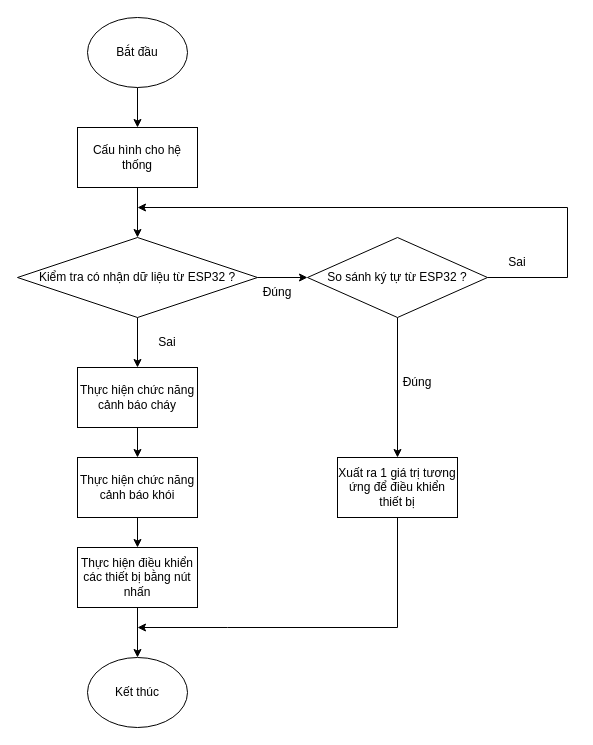
Before: block_diagram/Chuong_trinh_arduino.drawio in imvietp/Final_Thesis, a draw.io diagram. Source tidied: cells renumbered, new cells numbered last; positions are measured from the earlier drawing's top-left corner, leaving out a move shared by most shapes. Both pictures are drawn from the tidied source at 100%, with x=0, y=0 at pixel (17, 17).
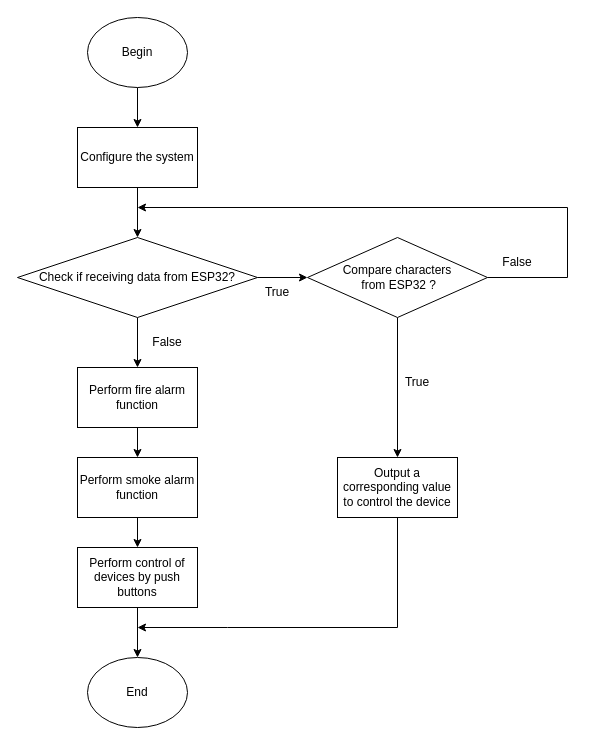
Above is the later version.

What changed in the source:
```diff
@@
-    <mxCell id="3" value="Bắt đầu" style="ellipse;whiteSpace=wrap;html=1;" parent="1" vertex="1">
+    <mxCell id="3" value="Begin" style="ellipse;whiteSpace=wrap;html=1;" parent="1" vertex="1">
       <mxGeometry x="70" width="100" height="70" as="geometry" />
     </mxCell>
@@
-    <mxCell id="6" value="Kiểm tra có nhận dữ liệu từ ESP32 ?" style="rhombus;whiteSpace=wrap;html=1;" parent="1" vertex="1">
+    <mxCell id="6" value="Check if receiving data from ESP32?" style="rhombus;whiteSpace=wrap;html=1;" parent="1" vertex="1">
       <mxGeometry y="220" width="240" height="80" as="geometry" />
     </mxCell>
-    <mxCell id="7" value="Đúng" style="text;html=1;align=center;verticalAlign=middle;whiteSpace=wrap;rounded=0;" parent="1" vertex="1">
+    <mxCell id="7" value="True" style="text;html=1;align=center;verticalAlign=middle;whiteSpace=wrap;rounded=0;" parent="1" vertex="1">
       <mxGeometry x="230" y="260" width="60" height="30" as="geometry" />
     </mxCell>
-    <mxCell id="8" value="Sai" style="text;html=1;align=center;verticalAlign=middle;whiteSpace=wrap;rounded=0;" parent="1" vertex="1">
+    <mxCell id="8" value="False" style="text;html=1;align=center;verticalAlign=middle;whiteSpace=wrap;rounded=0;" parent="1" vertex="1">
       <mxGeometry x="120" y="310" width="60" height="30" as="geometry" />
     </mxCell>
-    <mxCell id="9" value="Sai" style="text;html=1;align=center;verticalAlign=middle;whiteSpace=wrap;rounded=0;" parent="1" vertex="1">
+    <mxCell id="9" value="False" style="text;html=1;align=center;verticalAlign=middle;whiteSpace=wrap;rounded=0;" parent="1" vertex="1">
       <mxGeometry x="470" y="230" width="60" height="30" as="geometry" />
     </mxCell>
@@
-    <mxCell id="11" value="Kết thúc" style="ellipse;whiteSpace=wrap;html=1;" parent="1" vertex="1">
+    <mxCell id="11" value="End" style="ellipse;whiteSpace=wrap;html=1;" parent="1" vertex="1">
       <mxGeometry x="70" y="640" width="100" height="70" as="geometry" />
     </mxCell>
@@
-    <mxCell id="13" value="Cấu hình cho hệ thống" style="rounded=0;whiteSpace=wrap;html=1;" parent="1" vertex="1">
+    <mxCell id="13" value="Configure the system" style="rounded=0;whiteSpace=wrap;html=1;" parent="1" vertex="1">
       <mxGeometry x="60" y="110" width="120" height="60" as="geometry" />
     </mxCell>
@@
-    <mxCell id="15" value="So sánh ký tự từ ESP32 ?" style="rhombus;whiteSpace=wrap;html=1;" parent="1" vertex="1">
+    <mxCell id="15" value="Compare characters&lt;div&gt;&amp;nbsp;from ESP32 ?&lt;/div&gt;" style="rhombus;whiteSpace=wrap;html=1;" parent="1" vertex="1">
       <mxGeometry x="290" y="220" width="180" height="80" as="geometry" />
     </mxCell>
-    <mxCell id="16" value="Xuất ra 1 giá trị tương ứng để điều khiển thiết bị" style="rounded=0;whiteSpace=wrap;html=1;" parent="1" vertex="1">
+    <mxCell id="16" value="Output a corresponding value to control the device" style="rounded=0;whiteSpace=wrap;html=1;" parent="1" vertex="1">
       <mxGeometry x="320" y="440" width="120" height="60" as="geometry" />
     </mxCell>
-    <mxCell id="17" value="Đúng" style="text;html=1;align=center;verticalAlign=middle;whiteSpace=wrap;rounded=0;" parent="1" vertex="1">
+    <mxCell id="17" value="True" style="text;html=1;align=center;verticalAlign=middle;whiteSpace=wrap;rounded=0;" parent="1" vertex="1">
       <mxGeometry x="370" y="350" width="60" height="30" as="geometry" />
     </mxCell>
@@
-    <mxCell id="19" value="Thực hiện chức năng cảnh báo cháy" style="rounded=0;whiteSpace=wrap;html=1;" parent="1" vertex="1">
+    <mxCell id="19" value="Perform fire alarm function" style="rounded=0;whiteSpace=wrap;html=1;" parent="1" vertex="1">
       <mxGeometry x="60" y="350" width="120" height="60" as="geometry" />
     </mxCell>
-    <mxCell id="20" value="Thực hiện chức năng cảnh báo khói" style="rounded=0;whiteSpace=wrap;html=1;" parent="1" vertex="1">
+    <mxCell id="20" value="Perform smoke alarm function" style="rounded=0;whiteSpace=wrap;html=1;" parent="1" vertex="1">
       <mxGeometry x="60" y="440" width="120" height="60" as="geometry" />
     </mxCell>
@@
-    <mxCell id="22" value="Thực hiện điều khiển các thiết bị bằng nút nhấn" style="rounded=0;whiteSpace=wrap;html=1;" parent="1" vertex="1">
+    <mxCell id="22" value="Perform control of devices by push buttons" style="rounded=0;whiteSpace=wrap;html=1;" parent="1" vertex="1">
       <mxGeometry x="60" y="530" width="120" height="60" as="geometry" />
     </mxCell>
```
